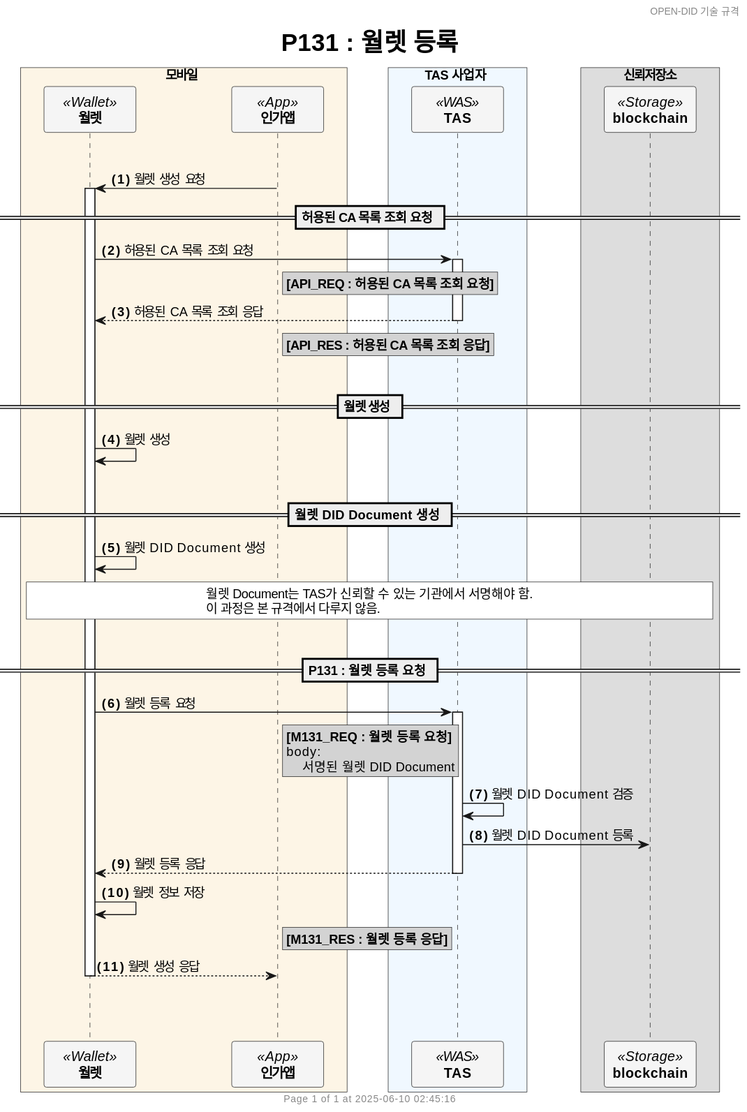
OmniOneID/did-doc-architecture keeps this PlantUML diagram as docs/sequence/simple/images/P131_register_wallet_simple_ko.svg. Above is the earlier version. The source it was exported from:
```plantuml
@startuml
header OPEN-DID 기술 규격
footer
  	Page %page% of %lastpage% at %date("yyyy-MM-dd hh:mm:ss")
end footer

title
	<size:25>P131 : 월렛 등록</size>
end title

autonumber "<b>(#)</b>"

skinparam ParticipantPadding 20
skinparam BoxPadding 20
skinparam MaxMessageSize 500
skinparam MinClassWidth 80

box 모바일 #OldLace
    participant "**월렛**" as WALLET <<Wallet>> #WhiteSmoke
    participant "**인가앱**" as CA <<App>> #WhiteSmoke
end box

box TAS 사업자 #AliceBlue
    participant "**TAS**" as TAS <<WAS>> #WhiteSmoke
end box


box 신뢰저장소
    participant "**blockchain**" as BC <<Storage>> #WhiteSmoke
end box


!$refdoc = "별도 문서 참조"
!$doc = "데이터명세 문서 참조"


|||


CA -> WALLET++: 월렛 생성 요청

== 허용된 CA 목록 조회 요청 ==
WALLET -> TAS++: 허용된 CA 목록 조회 요청
rnote right of CA #LightGray
    **[API_REQ : 허용된 CA 목록 조회 요청]**
end note

TAS --> WALLET--: 허용된 CA 목록 조회 응답
rnote right of CA #LightGray
    **[API_RES : 허용된 CA 목록 조회 응답]**
end note


|||
== 월렛 생성 ==
WALLET -> WALLET: 월렛 생성


|||
== 월렛 DID Document 생성 ==
WALLET -> WALLET: 월렛 DID Document 생성
rnote across #white
    월렛 Document는 TAS가 신뢰할 수 있는 기관에서 서명해야 함.
    이 과정은 본 규격에서 다루지 않음.
end note


|||
== P131 : 월렛 등록 요청 ==

WALLET -> TAS++: 월렛 등록 요청
rnote right of CA #LightGray
    **[M131_REQ : 월렛 등록 요청]**
    body:
        서명된 월렛 DID Document
end note

TAS -> TAS: 월렛 DID Document 검증
TAS -> BC: 월렛 DID Document 등록

TAS --> WALLET--: 월렛 등록 응답
WALLET -> WALLET: 월렛 정보 저장
rnote right of CA #LightGray
    **[M131_RES : 월렛 등록 응답]**
end note


WALLET --> CA--: 월렛 생성 응답

|||
|||
@enduml
```
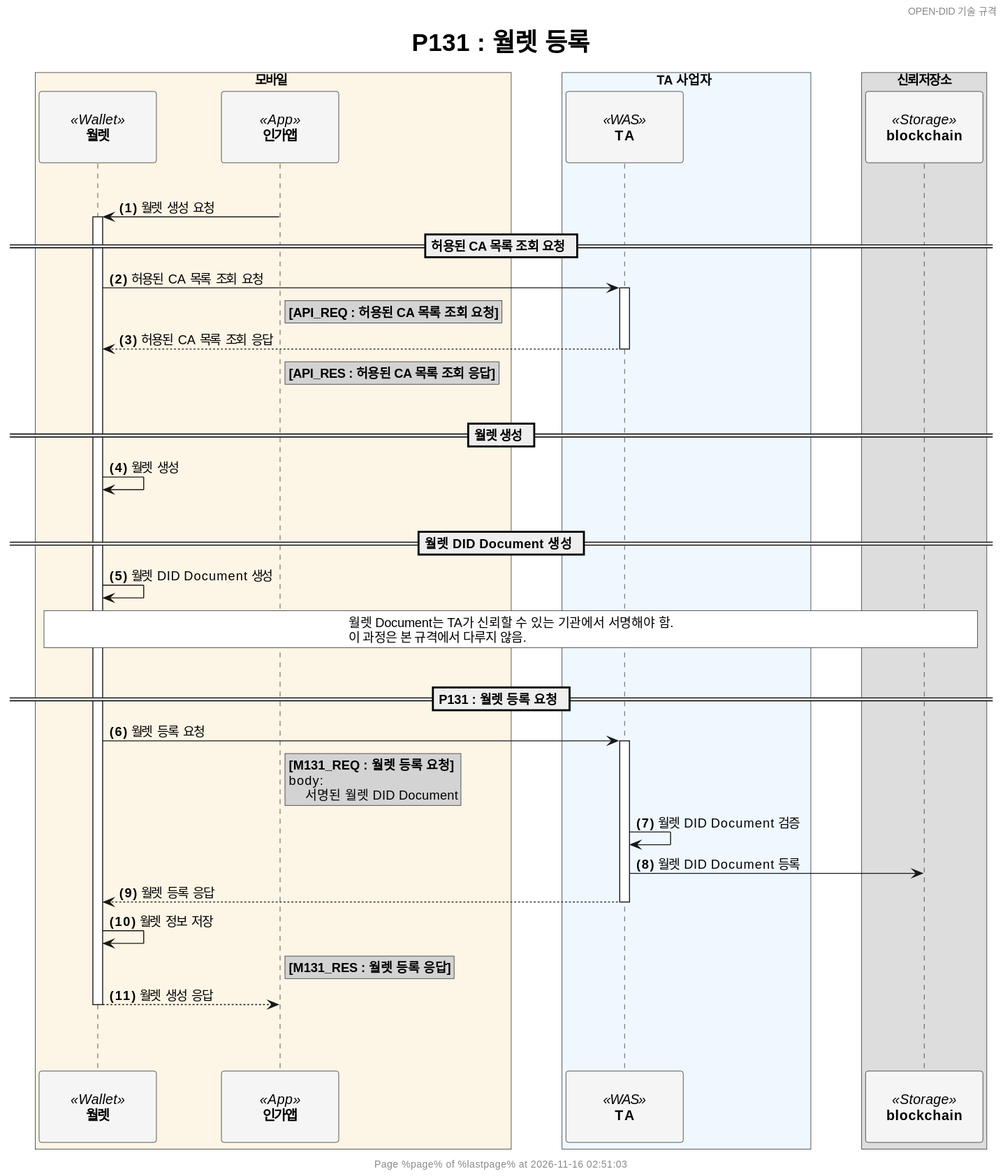
Above is the later version.

Change to the diagram source:
```diff
@@ -10,7 +10,11 @@
 
 autonumber "<b>(#)</b>"
 
-skinparam ParticipantPadding 20
+<style>
+participant {
+  Padding 20
+}
+</style>
 skinparam BoxPadding 20
 skinparam MaxMessageSize 500
 skinparam MinClassWidth 80
@@ -20,8 +24,8 @@
     participant "**인가앱**" as CA <<App>> #WhiteSmoke
 end box
 
-box TAS 사업자 #AliceBlue
-    participant "**TAS**" as TAS <<WAS>> #WhiteSmoke
+box TA 사업자 #AliceBlue
+    participant "**TA**" as TA <<WAS>> #WhiteSmoke
 end box
 
 
@@ -40,12 +44,12 @@
 CA -> WALLET++: 월렛 생성 요청
 
 == 허용된 CA 목록 조회 요청 ==
-WALLET -> TAS++: 허용된 CA 목록 조회 요청
+WALLET -> TA++: 허용된 CA 목록 조회 요청
 rnote right of CA #LightGray
     **[API_REQ : 허용된 CA 목록 조회 요청]**
 end note
 
-TAS --> WALLET--: 허용된 CA 목록 조회 응답
+TA --> WALLET--: 허용된 CA 목록 조회 응답
 rnote right of CA #LightGray
     **[API_RES : 허용된 CA 목록 조회 응답]**
 end note
@@ -60,7 +64,7 @@
 == 월렛 DID Document 생성 ==
 WALLET -> WALLET: 월렛 DID Document 생성
 rnote across #white
-    월렛 Document는 TAS가 신뢰할 수 있는 기관에서 서명해야 함.
+    월렛 Document는 TA가 신뢰할 수 있는 기관에서 서명해야 함.
     이 과정은 본 규격에서 다루지 않음.
 end note
 
@@ -68,17 +72,17 @@
 |||
 == P131 : 월렛 등록 요청 ==
 
-WALLET -> TAS++: 월렛 등록 요청
+WALLET -> TA++: 월렛 등록 요청
 rnote right of CA #LightGray
     **[M131_REQ : 월렛 등록 요청]**
     body:
         서명된 월렛 DID Document
 end note
 
-TAS -> TAS: 월렛 DID Document 검증
-TAS -> BC: 월렛 DID Document 등록
+TA -> TA: 월렛 DID Document 검증
+TA -> BC: 월렛 DID Document 등록
 
-TAS --> WALLET--: 월렛 등록 응답
+TA --> WALLET--: 월렛 등록 응답
 WALLET -> WALLET: 월렛 정보 저장
 rnote right of CA #LightGray
     **[M131_RES : 월렛 등록 응답]**
```
